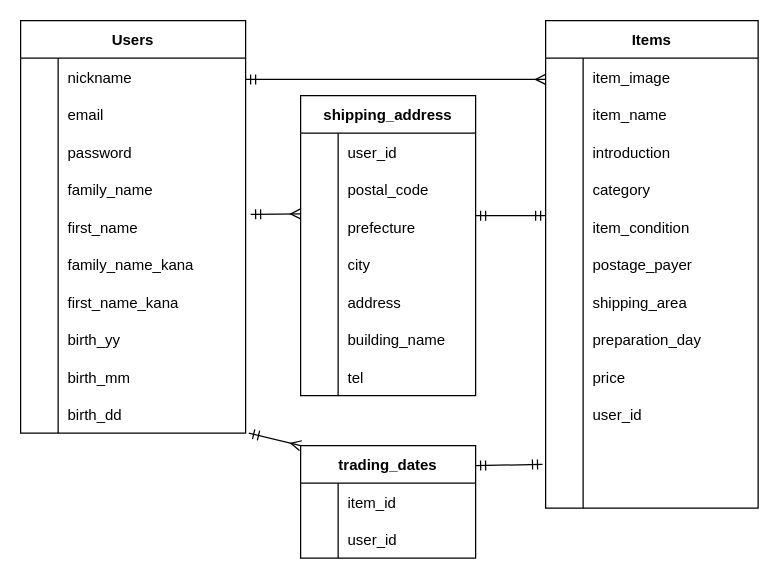
CKougami/furima-37663 keeps this draw.io diagram as furima.dio. Above is the earlier version. Source tidied: cells renumbered, new cells numbered last; positions are measured from the earlier drawing's top-left corner, leaving out a move shared by most shapes. Both pictures are drawn from the tidied source at 125%, with x=0, y=0 at pixel (20, 20).
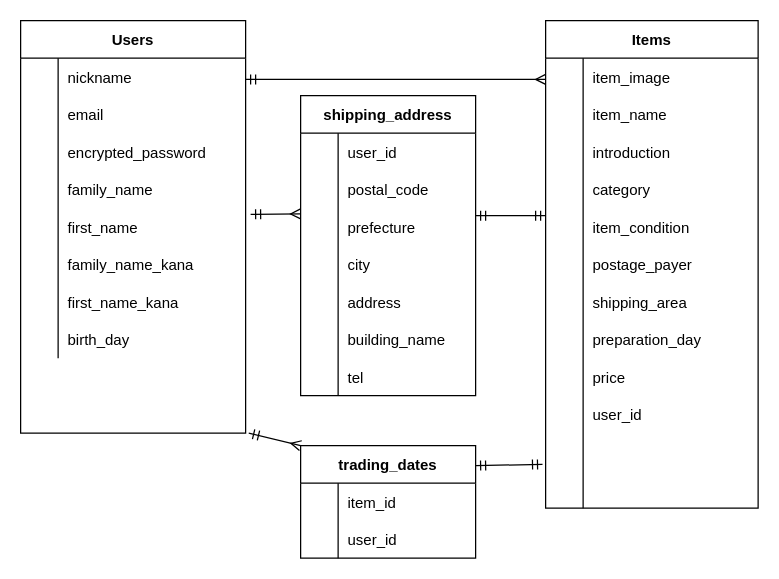
The same diagram, later.

Commit message (it also covers changes not shown here):
データベース設計（Users）

Passwordのカラムを修正しました

The change refers to these unchanged cells:
```xml
<mxCell id="2" value="Users" style="shape=table;startSize=30;childLayout=tableLayout;rowLines=0;fontStyle=1;align=center;" parent="1" vertex="1">
  <mxGeometry width="180" height="330" as="geometry" />
</mxCell>
<mxCell id="9" style="shape=partialRectangle;fillColor=none;top=0;left=0;bottom=0;right=0;" parent="2" vertex="1">
  <mxGeometry y="90" width="180" height="30" as="geometry" />
</mxCell>
<mxCell id="24" style="shape=partialRectangle;fillColor=none;top=0;left=0;bottom=0;right=0;" parent="2" vertex="1">
  <mxGeometry y="240" width="180" height="30" as="geometry" />
</mxCell>
<mxCell id="71" value="trading_dates" style="shape=table;startSize=30;childLayout=tableLayout;rowLines=0;fontStyle=1;align=center;" parent="1" vertex="1">
  <mxGeometry x="224" y="340" width="140" height="90" as="geometry" />
</mxCell>
```

Diff of the diagram source:
```diff
@@
-    <mxCell id="11" value="password" style="shape=partialRectangle;fillColor=none;top=0;left=0;bottom=0;right=0;align=left;spacingLeft=6;overflow=hidden;" parent="9" vertex="1">
+    <mxCell id="11" value="encrypted_password" style="shape=partialRectangle;fillColor=none;top=0;left=0;bottom=0;right=0;align=left;spacingLeft=6;overflow=hidden;" parent="9" vertex="1">
       <mxGeometry x="30" width="150" height="30" as="geometry" />
     </mxCell>
@@
-    <mxCell id="26" value="birth_yy" style="shape=partialRectangle;fillColor=none;top=0;left=0;bottom=0;right=0;align=left;spacingLeft=6;overflow=hidden;" parent="24" vertex="1">
+    <mxCell id="26" value="birth_day" style="shape=partialRectangle;fillColor=none;top=0;left=0;bottom=0;right=0;align=left;spacingLeft=6;overflow=hidden;" parent="24" vertex="1">
       <mxGeometry x="30" width="150" height="30" as="geometry" />
     </mxCell>
-    <mxCell id="27" style="shape=partialRectangle;fillColor=none;top=0;left=0;bottom=0;right=0;" parent="2" vertex="1">
-      <mxGeometry y="270" width="180" height="30" as="geometry" />
-    </mxCell>
-    <mxCell id="28" style="shape=partialRectangle;fillColor=none;top=0;left=0;bottom=0;right=0;overflow=hidden;" parent="27" vertex="1">
-      <mxGeometry width="30" height="30" as="geometry" />
-    </mxCell>
-    <mxCell id="29" value="birth_mm" style="shape=partialRectangle;fillColor=none;top=0;left=0;bottom=0;right=0;align=left;spacingLeft=6;overflow=hidden;" parent="27" vertex="1">
-      <mxGeometry x="30" width="150" height="30" as="geometry" />
-    </mxCell>
-    <mxCell id="30" style="shape=partialRectangle;fillColor=none;top=0;left=0;bottom=0;right=0;points=[[0,0.5],[1,0.5]];portConstraint=eastwest;" parent="2" vertex="1">
-      <mxGeometry y="300" width="180" height="30" as="geometry" />
-    </mxCell>
-    <mxCell id="31" style="shape=partialRectangle;fillColor=none;top=0;left=0;bottom=0;right=0;overflow=hidden;" parent="30" vertex="1">
-      <mxGeometry width="30" height="30" as="geometry" />
-    </mxCell>
-    <mxCell id="32" value="birth_dd" style="shape=partialRectangle;fillColor=none;top=0;left=0;bottom=0;right=0;align=left;spacingLeft=6;overflow=hidden;" parent="30" vertex="1">
-      <mxGeometry x="30" width="150" height="30" as="geometry" />
-    </mxCell>
@@
-    <mxCell id="79" style="edgeStyle=none;html=1;startArrow=ERmany;startFill=0;endArrow=ERmandOne;endFill=0;exitX=0;exitY=0;exitDx=0;exitDy=0;entryX=1.014;entryY=1;entryDx=0;entryDy=0;entryPerimeter=0;" parent="1" edge="1" source="71" target="30">
-      <mxGeometry relative="1" as="geometry" />
+    <mxCell id="79" style="edgeStyle=none;html=1;startArrow=ERmany;startFill=0;endArrow=ERmandOne;endFill=0;exitX=0;exitY=0;exitDx=0;exitDy=0;entryX=1.014;entryY=1;entryDx=0;entryDy=0;entryPerimeter=0;" parent="1" edge="1" source="71">
+      <mxGeometry relative="1" as="geometry">
+        <mxPoint x="182.5" y="330" as="targetPoint" />
+      </mxGeometry>
     </mxCell>
```
